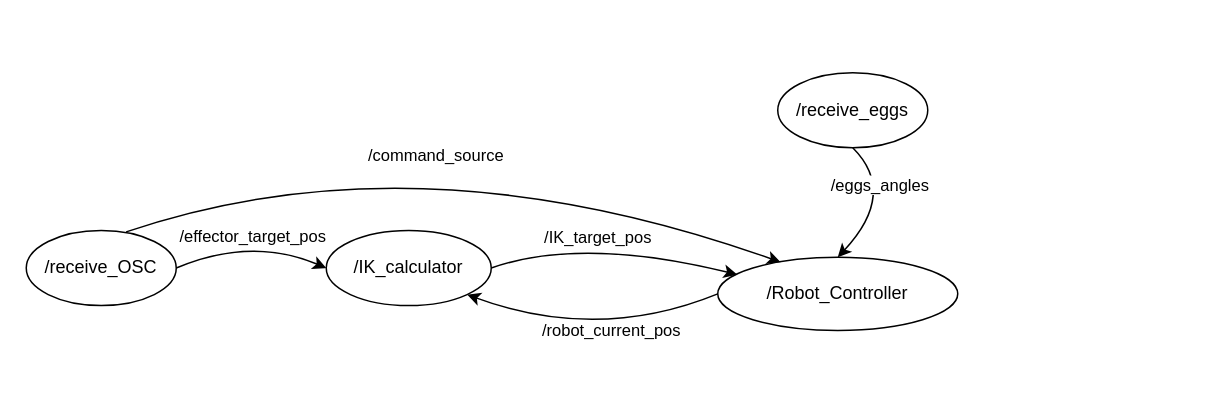
Earlier version of the draw.io diagram braccio/architecture_logicielle_bras_robot.drawio (xavcrn/Braccio_Lemniscate). Source tidied: cells renumbered, new cells numbered last; positions are measured from the earlier drawing's top-left corner, leaving out a move shared by most shapes. Both pictures are drawn from the tidied source at 150%, with x=0, y=0 at pixel (26, 72).
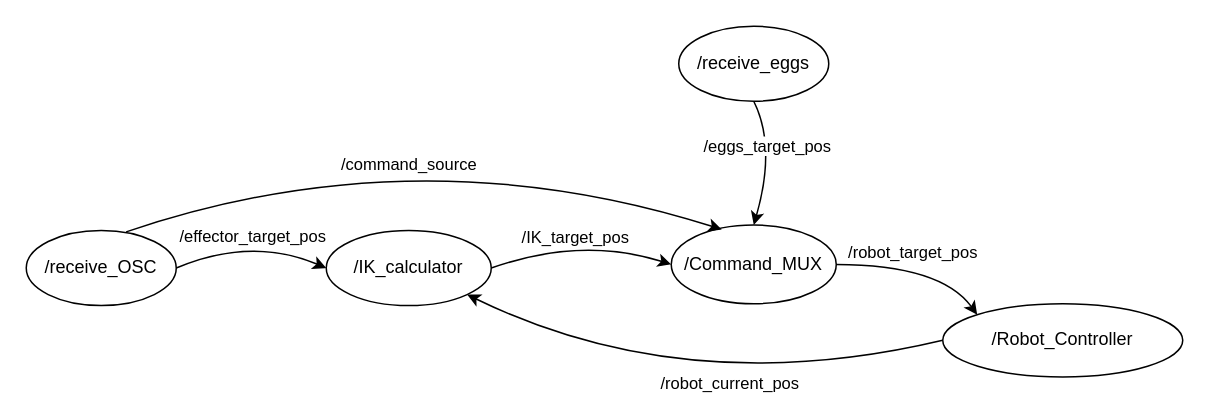
Above is the later version.

Unchanged cells that the change refers to:
```xml
<mxCell id="3" value="/receive_OSC" style="ellipse;whiteSpace=wrap;html=1;" parent="1" vertex="1">
  <mxGeometry y="105.2" width="100" height="50" as="geometry" />
</mxCell>
<mxCell id="4" value="/IK_calculator" style="ellipse;whiteSpace=wrap;html=1;" parent="1" vertex="1">
  <mxGeometry x="200" y="105.2" width="110" height="50" as="geometry" />
</mxCell>
```

The edit, as a diff of the source:
```diff
@@
     <mxCell id="2" value="/receive_eggs" style="ellipse;whiteSpace=wrap;html=1;" parent="1" vertex="1">
-      <mxGeometry x="501" width="100" height="50" as="geometry" />
+      <mxGeometry x="435" y="-31" width="100" height="50" as="geometry" />
     </mxCell>
@@
     <mxCell id="5" value="/Robot_Controller" style="ellipse;whiteSpace=wrap;html=1;" parent="1" vertex="1">
-      <mxGeometry x="461" y="123" width="160" height="48.8" as="geometry" />
+      <mxGeometry x="611" y="154" width="160" height="48.8" as="geometry" />
     </mxCell>
+    <mxCell id="16" value="/Command_MUX" style="ellipse;whiteSpace=wrap;html=1;" parent="1" vertex="1">
+      <mxGeometry x="430" y="101.5" width="110" height="52.5" as="geometry" />
+    </mxCell>
@@
-    <mxCell id="8" style="curved=1;endArrow=classic;html=1;rounded=0;exitX=1;exitY=0.5;exitDx=0;exitDy=0;entryX=0.081;entryY=0.237;entryDx=0;entryDy=0;entryPerimeter=0;" parent="1" edge="1" source="4" target="5">
+    <mxCell id="8" style="curved=1;endArrow=classic;html=1;rounded=0;exitX=1;exitY=0.5;exitDx=0;exitDy=0;entryX=0;entryY=0.5;entryDx=0;entryDy=0;" parent="1" edge="1" source="4" target="16">
       <mxGeometry relative="1" as="geometry">
         <Array as="points">
           <mxPoint x="370" y="109" />
         </Array>
       </mxGeometry>
     </mxCell>
@@
+    <mxCell id="17" style="curved=1;endArrow=classic;html=1;rounded=0;exitX=1;exitY=0.5;exitDx=0;exitDy=0;entryX=0;entryY=0;entryDx=0;entryDy=0;" parent="1" edge="1" source="16" target="5">
+      <mxGeometry relative="1" as="geometry">
+        <Array as="points">
+          <mxPoint x="610" y="128" />
+        </Array>
+      </mxGeometry>
+    </mxCell>
+    <mxCell id="18" value="/robot_target_pos" style="edgeLabel;html=1;align=center;verticalAlign=middle;" parent="17" vertex="1">
+      <mxGeometry x="0.1" y="-13" relative="1" as="geometry">
+        <mxPoint x="-10" y="-21" as="offset" />
+      </mxGeometry>
+    </mxCell>
-    <mxCell id="10" style="curved=1;endArrow=classic;html=1;rounded=0;exitX=0.5;exitY=1;exitDx=0;exitDy=0;entryX=0.5;entryY=0;entryDx=0;entryDy=0;" parent="1" edge="1" source="2" target="5">
+    <mxCell id="10" style="curved=1;endArrow=classic;html=1;rounded=0;exitX=0.5;exitY=1;exitDx=0;exitDy=0;entryX=0.5;entryY=0;entryDx=0;entryDy=0;" parent="1" edge="1" source="2" target="16">
       <mxGeometry relative="1" as="geometry">
         <Array as="points">
-          <mxPoint x="581" y="80" />
+          <mxPoint x="500" y="49" />
         </Array>
       </mxGeometry>
     </mxCell>
-    <mxCell id="11" value="/eggs_angles&lt;span style=&quot;white-space: pre;&quot;&gt;&#9;&lt;/span&gt;" style="edgeLabel;html=1;align=center;verticalAlign=middle;" parent="10" vertex="1">
+    <mxCell id="11" value="/eggs_target_pos" style="edgeLabel;html=1;align=center;verticalAlign=middle;" parent="10" vertex="1">
       <mxGeometry x="-0.02" y="-4" relative="1" as="geometry">
         <mxPoint y="-8" as="offset" />
       </mxGeometry>
     </mxCell>
-    <mxCell id="12" style="curved=1;endArrow=classic;html=1;rounded=0;exitX=0.666;exitY=0.018;exitDx=0;exitDy=0;exitPerimeter=0;entryX=0.262;entryY=0.067;entryDx=0;entryDy=0;entryPerimeter=0;" parent="1" edge="1" source="3" target="5">
+    <mxCell id="12" style="curved=1;endArrow=classic;html=1;rounded=0;exitX=0.666;exitY=0.018;exitDx=0;exitDy=0;exitPerimeter=0;entryX=0.306;entryY=0.056;entryDx=0;entryDy=0;entryPerimeter=0;" parent="1" edge="1" source="3" target="16">
       <mxGeometry relative="1" as="geometry">
         <Array as="points">
           <mxPoint x="261" y="40" />
         </Array>
       </mxGeometry>
     </mxCell>
@@
     <mxCell id="14" style="curved=1;endArrow=classic;html=1;rounded=0;exitX=0;exitY=0.5;exitDx=0;exitDy=0;entryX=1;entryY=1;entryDx=0;entryDy=0;" parent="1" edge="1" source="5" target="4">
       <mxGeometry relative="1" as="geometry">
         <Array as="points">
-          <mxPoint x="381" y="180" />
+          <mxPoint x="440" y="219" />
         </Array>
       </mxGeometry>
     </mxCell>
```
